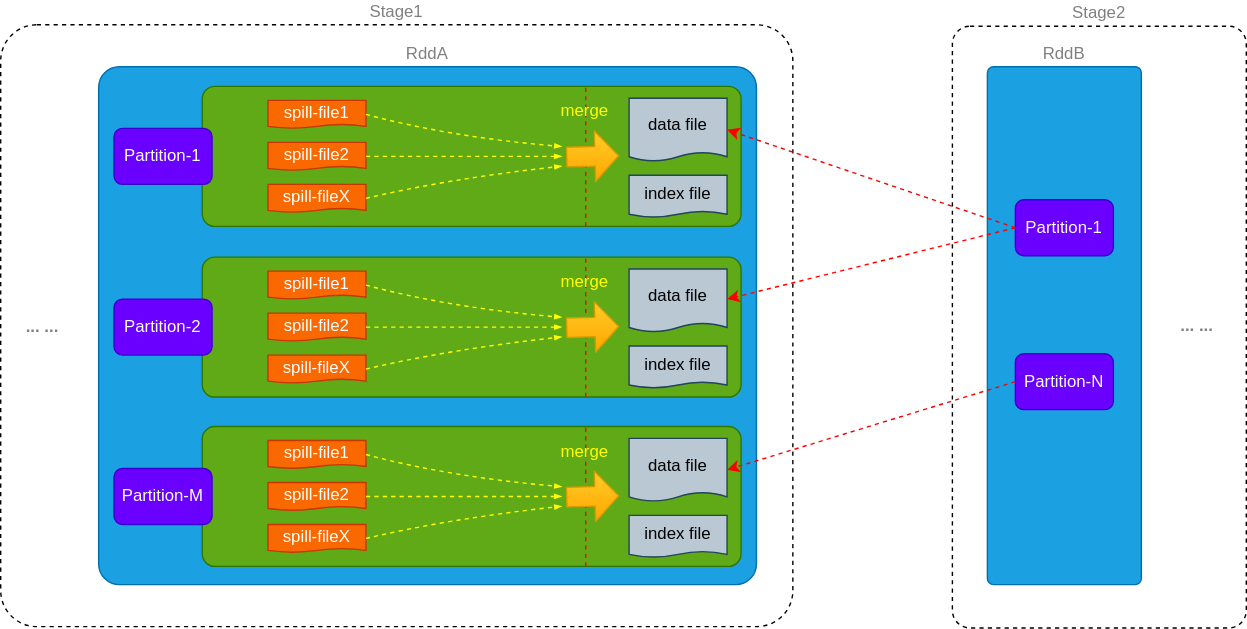
This is images/spark/BypassMergeSortShuffleWriter.svg from jtLiBrain/jtLiBrain.github.io, a draw.io export, as it was before one commit. Source tidied: cells renumbered, new cells last; positions are measured from the earlier drawing's top-left corner, leaving out a move shared by most shapes. The source it was exported from:
```xml
<mxGraphModel background="#ffffff">
  <root>
    <mxCell id="0" />
    <mxCell id="1" parent="0" />
    <mxCell id="2" value="Stage1" style="rounded=1;whiteSpace=wrap;html=1;dashed=1;arcSize=6;labelPosition=center;verticalLabelPosition=top;align=center;verticalAlign=bottom;fontColor=#808080;" parent="1" vertex="1">
      <mxGeometry width="566" height="430" as="geometry" />
    </mxCell>
    <mxCell id="3" value="&lt;font color=&quot;#808080&quot;&gt;RddA&lt;/font&gt;" style="rounded=1;whiteSpace=wrap;html=1;arcSize=4;fillColor=#1ba1e2;strokeColor=#006EAF;labelPosition=center;verticalLabelPosition=top;align=center;verticalAlign=bottom;fontColor=#ffffff;" parent="1" vertex="1">
      <mxGeometry x="70" y="30" width="470" height="370" as="geometry" />
    </mxCell>
    <mxCell id="4" style="rounded=1;whiteSpace=wrap;html=1;arcSize=9;strokeColor=#2D7600;fontColor=#ffffff;fillColor=#60a917;" parent="1" vertex="1">
      <mxGeometry x="144" y="44" width="385" height="100" as="geometry" />
    </mxCell>
    <mxCell id="5" value="spill-file1" style="shape=document;whiteSpace=wrap;html=1;boundedLbl=1;size=0.14285714285714285;fillColor=#fa6800;strokeColor=#C73500;fontColor=#ffffff;" parent="1" vertex="1">
      <mxGeometry x="191" y="54" width="70" height="20" as="geometry" />
    </mxCell>
    <mxCell id="6" value="spill-file2" style="shape=document;whiteSpace=wrap;html=1;boundedLbl=1;size=0.14285714285714285;fillColor=#fa6800;strokeColor=#C73500;fontColor=#ffffff;" parent="1" vertex="1">
      <mxGeometry x="191" y="84" width="70" height="20" as="geometry" />
    </mxCell>
    <mxCell id="7" value="spill-fileX" style="shape=document;whiteSpace=wrap;html=1;boundedLbl=1;size=0.14285714285714285;fillColor=#fa6800;strokeColor=#C73500;fontColor=#ffffff;" parent="1" vertex="1">
      <mxGeometry x="191" y="114" width="70" height="20" as="geometry" />
    </mxCell>
    <mxCell id="8" value="Partition-1" style="rounded=1;whiteSpace=wrap;html=1;fillColor=#6a00ff;strokeColor=#3700CC;fontColor=#ffffff;" parent="1" vertex="1">
      <mxGeometry x="81" y="74" width="70" height="40" as="geometry" />
    </mxCell>
    <mxCell id="9" value="data file" style="shape=document;whiteSpace=wrap;html=1;boundedLbl=1;size=0.14285714285714285;fillColor=#bac8d3;strokeColor=#23445d;" parent="1" vertex="1">
      <mxGeometry x="449" y="52.5" width="70" height="45" as="geometry" />
    </mxCell>
    <mxCell id="10" value="index file" style="shape=document;whiteSpace=wrap;html=1;boundedLbl=1;size=0.14285714285714285;fillColor=#bac8d3;strokeColor=#23445d;" parent="1" vertex="1">
      <mxGeometry x="449" y="107.5" width="70" height="30" as="geometry" />
    </mxCell>
    <mxCell id="11" style="endArrow=none;dashed=1;html=1;entryX=0.75;entryY=0;entryDx=0;entryDy=0;exitX=0.75;exitY=1;exitDx=0;exitDy=0;strokeColor=#FF0000;" parent="1" edge="1">
      <mxGeometry relative="1" as="geometry">
        <mxPoint x="418" y="144" as="sourcePoint" />
        <mxPoint x="418" y="44" as="targetPoint" />
      </mxGeometry>
    </mxCell>
    <mxCell id="12" style="curved=1;endArrow=blockThin;html=1;endFill=1;endSize=3;strokeColor=#FFFF00;dashed=1;exitX=1;exitY=0.5;exitDx=0;exitDy=0;" parent="1" edge="1" source="5">
      <mxGeometry relative="1" as="geometry">
        <mxPoint x="401" y="87" as="targetPoint" />
        <Array as="points">
          <mxPoint x="320" y="80" />
        </Array>
      </mxGeometry>
    </mxCell>
    <mxCell id="13" style="curved=1;endArrow=blockThin;html=1;endFill=1;endSize=3;exitX=1;exitY=0.5;exitDx=0;exitDy=0;strokeColor=#FFFF00;dashed=1;" parent="1" edge="1" source="7">
      <mxGeometry relative="1" as="geometry">
        <mxPoint x="401" y="101" as="targetPoint" />
        <Array as="points">
          <mxPoint x="320" y="110" />
        </Array>
      </mxGeometry>
    </mxCell>
    <mxCell id="14" style="shape=flexArrow;endArrow=classic;html=1;width=14;endSize=5.303333333333334;endWidth=21.074979844127924;entryX=0.769;entryY=0.43;entryDx=0;entryDy=0;entryPerimeter=0;fillColor=#ffcd28;strokeColor=#d79b00;gradientColor=#ffa500;" parent="1" edge="1">
      <mxGeometry relative="1" as="geometry">
        <mxPoint x="403.9" y="94.5" as="sourcePoint" />
        <mxPoint x="442" y="93.5" as="targetPoint" />
      </mxGeometry>
    </mxCell>
    <mxCell id="15" value="merge" style="text;html=1;strokeColor=none;fillColor=none;align=center;verticalAlign=middle;whiteSpace=wrap;rounded=0;fontColor=#FFFF00;" parent="1" vertex="1">
      <mxGeometry x="390" y="51.5" width="55" height="20" as="geometry" />
    </mxCell>
    <mxCell id="16" value="... ..." style="text;html=1;strokeColor=none;fillColor=none;align=center;verticalAlign=middle;whiteSpace=wrap;rounded=0;fontColor=#808080;fontStyle=1;" parent="1" vertex="1">
      <mxGeometry x="10" y="206" width="40" height="20" as="geometry" />
    </mxCell>
    <mxCell id="17" value="Stage2" style="rounded=1;whiteSpace=wrap;html=1;dashed=1;arcSize=6;labelPosition=center;verticalLabelPosition=top;align=center;verticalAlign=bottom;fontColor=#808080;" parent="1" vertex="1">
      <mxGeometry x="680" y="1" width="210" height="430" as="geometry" />
    </mxCell>
    <mxCell id="18" value="&lt;font color=&quot;#808080&quot;&gt;RddB&lt;/font&gt;" style="rounded=1;whiteSpace=wrap;html=1;arcSize=4;fillColor=#1ba1e2;strokeColor=#006EAF;labelPosition=center;verticalLabelPosition=top;align=center;verticalAlign=bottom;fontColor=#ffffff;" parent="1" vertex="1">
      <mxGeometry x="705" y="30" width="110" height="370" as="geometry" />
    </mxCell>
    <mxCell id="19" value="Partition-1" style="rounded=1;whiteSpace=wrap;html=1;fillColor=#6a00ff;strokeColor=#3700CC;fontColor=#ffffff;" parent="1" vertex="1">
      <mxGeometry x="725" y="125" width="70" height="40" as="geometry" />
    </mxCell>
    <mxCell id="20" value="Partition-N" style="rounded=1;whiteSpace=wrap;html=1;fillColor=#6a00ff;strokeColor=#3700CC;fontColor=#ffffff;" parent="1" vertex="1">
      <mxGeometry x="725" y="235" width="70" height="40" as="geometry" />
    </mxCell>
    <mxCell id="21" style="endArrow=classic;html=1;dashed=1;strokeColor=#FF0000;strokeWidth=1;fontColor=#808080;entryX=1;entryY=0.5;entryDx=0;entryDy=0;exitX=0;exitY=0.5;exitDx=0;exitDy=0;" parent="1" edge="1" source="19" target="9">
      <mxGeometry relative="1" as="geometry" />
    </mxCell>
    <mxCell id="22" value="... ..." style="text;html=1;strokeColor=none;fillColor=none;align=center;verticalAlign=middle;whiteSpace=wrap;rounded=0;fontColor=#808080;fontStyle=1;" parent="1" vertex="1">
      <mxGeometry x="835" y="205" width="40" height="20" as="geometry" />
    </mxCell>
    <mxCell id="23" style="endArrow=blockThin;html=1;exitX=1;exitY=0.5;exitDx=0;exitDy=0;endFill=1;endSize=3;strokeColor=#FFFF00;dashed=1;" parent="1" edge="1" source="6">
      <mxGeometry relative="1" as="geometry">
        <mxPoint x="401" y="94" as="targetPoint" />
      </mxGeometry>
    </mxCell>
    <mxCell id="24" style="rounded=1;whiteSpace=wrap;html=1;arcSize=9;strokeColor=#2D7600;fontColor=#ffffff;fillColor=#60a917;" parent="1" vertex="1">
      <mxGeometry x="144" y="166" width="385" height="100" as="geometry" />
    </mxCell>
    <mxCell id="25" value="spill-file1" style="shape=document;whiteSpace=wrap;html=1;boundedLbl=1;size=0.14285714285714285;fillColor=#fa6800;strokeColor=#C73500;fontColor=#ffffff;" parent="1" vertex="1">
      <mxGeometry x="191" y="176" width="70" height="20" as="geometry" />
    </mxCell>
    <mxCell id="26" value="spill-file2" style="shape=document;whiteSpace=wrap;html=1;boundedLbl=1;size=0.14285714285714285;fillColor=#fa6800;strokeColor=#C73500;fontColor=#ffffff;" parent="1" vertex="1">
      <mxGeometry x="191" y="206" width="70" height="20" as="geometry" />
    </mxCell>
    <mxCell id="27" value="spill-fileX" style="shape=document;whiteSpace=wrap;html=1;boundedLbl=1;size=0.14285714285714285;fillColor=#fa6800;strokeColor=#C73500;fontColor=#ffffff;" parent="1" vertex="1">
      <mxGeometry x="191" y="236" width="70" height="20" as="geometry" />
    </mxCell>
    <mxCell id="28" value="Partition-2" style="rounded=1;whiteSpace=wrap;html=1;fillColor=#6a00ff;strokeColor=#3700CC;fontColor=#ffffff;" parent="1" vertex="1">
      <mxGeometry x="81" y="196" width="70" height="40" as="geometry" />
    </mxCell>
    <mxCell id="29" value="data file" style="shape=document;whiteSpace=wrap;html=1;boundedLbl=1;size=0.14285714285714285;fillColor=#bac8d3;strokeColor=#23445d;" parent="1" vertex="1">
      <mxGeometry x="449" y="174.5" width="70" height="45" as="geometry" />
    </mxCell>
    <mxCell id="30" value="index file" style="shape=document;whiteSpace=wrap;html=1;boundedLbl=1;size=0.14285714285714285;fillColor=#bac8d3;strokeColor=#23445d;" parent="1" vertex="1">
      <mxGeometry x="449" y="229.5" width="70" height="30" as="geometry" />
    </mxCell>
    <mxCell id="31" style="endArrow=none;dashed=1;html=1;entryX=0.75;entryY=0;entryDx=0;entryDy=0;exitX=0.75;exitY=1;exitDx=0;exitDy=0;strokeColor=#FF0000;" parent="1" edge="1">
      <mxGeometry relative="1" as="geometry">
        <mxPoint x="418" y="266" as="sourcePoint" />
        <mxPoint x="418" y="166" as="targetPoint" />
      </mxGeometry>
    </mxCell>
    <mxCell id="32" style="curved=1;endArrow=blockThin;html=1;endFill=1;endSize=3;strokeColor=#FFFF00;dashed=1;exitX=1;exitY=0.5;exitDx=0;exitDy=0;" parent="1" edge="1" source="25">
      <mxGeometry relative="1" as="geometry">
        <mxPoint x="401" y="209" as="targetPoint" />
        <Array as="points">
          <mxPoint x="320" y="202" />
        </Array>
      </mxGeometry>
    </mxCell>
    <mxCell id="33" style="curved=1;endArrow=blockThin;html=1;endFill=1;endSize=3;exitX=1;exitY=0.5;exitDx=0;exitDy=0;strokeColor=#FFFF00;dashed=1;" parent="1" edge="1" source="27">
      <mxGeometry relative="1" as="geometry">
        <mxPoint x="401" y="223" as="targetPoint" />
        <Array as="points">
          <mxPoint x="320" y="232" />
        </Array>
      </mxGeometry>
    </mxCell>
    <mxCell id="34" style="shape=flexArrow;endArrow=classic;html=1;width=14;endSize=5.303333333333334;endWidth=21.074979844127924;entryX=0.769;entryY=0.43;entryDx=0;entryDy=0;entryPerimeter=0;fillColor=#ffcd28;strokeColor=#d79b00;gradientColor=#ffa500;" parent="1" edge="1">
      <mxGeometry relative="1" as="geometry">
        <mxPoint x="403.9" y="216.5" as="sourcePoint" />
        <mxPoint x="442" y="215.5" as="targetPoint" />
      </mxGeometry>
    </mxCell>
    <mxCell id="35" value="merge" style="text;html=1;strokeColor=none;fillColor=none;align=center;verticalAlign=middle;whiteSpace=wrap;rounded=0;fontColor=#FFFF00;" parent="1" vertex="1">
      <mxGeometry x="390" y="173.5" width="55" height="20" as="geometry" />
    </mxCell>
    <mxCell id="36" style="endArrow=blockThin;html=1;exitX=1;exitY=0.5;exitDx=0;exitDy=0;endFill=1;endSize=3;strokeColor=#FFFF00;dashed=1;" parent="1" edge="1" source="26">
      <mxGeometry relative="1" as="geometry">
        <mxPoint x="401" y="216" as="targetPoint" />
      </mxGeometry>
    </mxCell>
    <mxCell id="37" style="endArrow=classic;html=1;dashed=1;strokeColor=#FF0000;strokeWidth=1;fontColor=#808080;exitX=0;exitY=0.5;exitDx=0;exitDy=0;" parent="1" edge="1" source="19">
      <mxGeometry relative="1" as="geometry">
        <mxPoint x="519" y="196" as="targetPoint" />
      </mxGeometry>
    </mxCell>
    <mxCell id="38" style="rounded=1;whiteSpace=wrap;html=1;arcSize=9;strokeColor=#2D7600;fontColor=#ffffff;fillColor=#60a917;" parent="1" vertex="1">
      <mxGeometry x="144" y="287" width="385" height="100" as="geometry" />
    </mxCell>
    <mxCell id="39" value="spill-file1" style="shape=document;whiteSpace=wrap;html=1;boundedLbl=1;size=0.14285714285714285;fillColor=#fa6800;strokeColor=#C73500;fontColor=#ffffff;" parent="1" vertex="1">
      <mxGeometry x="191" y="297" width="70" height="20" as="geometry" />
    </mxCell>
    <mxCell id="40" value="spill-file2" style="shape=document;whiteSpace=wrap;html=1;boundedLbl=1;size=0.14285714285714285;fillColor=#fa6800;strokeColor=#C73500;fontColor=#ffffff;" parent="1" vertex="1">
      <mxGeometry x="191" y="327" width="70" height="20" as="geometry" />
    </mxCell>
    <mxCell id="41" value="spill-fileX" style="shape=document;whiteSpace=wrap;html=1;boundedLbl=1;size=0.14285714285714285;fillColor=#fa6800;strokeColor=#C73500;fontColor=#ffffff;" parent="1" vertex="1">
      <mxGeometry x="191" y="357" width="70" height="20" as="geometry" />
    </mxCell>
    <mxCell id="42" value="Partition-M" style="rounded=1;whiteSpace=wrap;html=1;fillColor=#6a00ff;strokeColor=#3700CC;fontColor=#ffffff;" parent="1" vertex="1">
      <mxGeometry x="81" y="317" width="70" height="40" as="geometry" />
    </mxCell>
    <mxCell id="43" value="data file" style="shape=document;whiteSpace=wrap;html=1;boundedLbl=1;size=0.14285714285714285;fillColor=#bac8d3;strokeColor=#23445d;" parent="1" vertex="1">
      <mxGeometry x="449" y="295.5" width="70" height="45" as="geometry" />
    </mxCell>
    <mxCell id="44" value="index file" style="shape=document;whiteSpace=wrap;html=1;boundedLbl=1;size=0.14285714285714285;fillColor=#bac8d3;strokeColor=#23445d;" parent="1" vertex="1">
      <mxGeometry x="449" y="350.5" width="70" height="30" as="geometry" />
    </mxCell>
    <mxCell id="45" style="endArrow=none;dashed=1;html=1;entryX=0.75;entryY=0;entryDx=0;entryDy=0;exitX=0.75;exitY=1;exitDx=0;exitDy=0;strokeColor=#FF0000;" parent="1" edge="1">
      <mxGeometry relative="1" as="geometry">
        <mxPoint x="418" y="387" as="sourcePoint" />
        <mxPoint x="418" y="287" as="targetPoint" />
      </mxGeometry>
    </mxCell>
    <mxCell id="46" style="curved=1;endArrow=blockThin;html=1;endFill=1;endSize=3;strokeColor=#FFFF00;dashed=1;exitX=1;exitY=0.5;exitDx=0;exitDy=0;" parent="1" edge="1" source="39">
      <mxGeometry relative="1" as="geometry">
        <mxPoint x="401" y="330" as="targetPoint" />
        <Array as="points">
          <mxPoint x="320" y="323" />
        </Array>
      </mxGeometry>
    </mxCell>
    <mxCell id="47" style="curved=1;endArrow=blockThin;html=1;endFill=1;endSize=3;exitX=1;exitY=0.5;exitDx=0;exitDy=0;strokeColor=#FFFF00;dashed=1;" parent="1" edge="1" source="41">
      <mxGeometry relative="1" as="geometry">
        <mxPoint x="401" y="344" as="targetPoint" />
        <Array as="points">
          <mxPoint x="320" y="353" />
        </Array>
      </mxGeometry>
    </mxCell>
    <mxCell id="48" style="shape=flexArrow;endArrow=classic;html=1;width=14;endSize=5.303333333333334;endWidth=21.074979844127924;entryX=0.769;entryY=0.43;entryDx=0;entryDy=0;entryPerimeter=0;fillColor=#ffcd28;strokeColor=#d79b00;gradientColor=#ffa500;" parent="1" edge="1">
      <mxGeometry relative="1" as="geometry">
        <mxPoint x="403.9" y="337.5" as="sourcePoint" />
        <mxPoint x="442" y="336.5" as="targetPoint" />
      </mxGeometry>
    </mxCell>
    <mxCell id="49" value="merge" style="text;html=1;strokeColor=none;fillColor=none;align=center;verticalAlign=middle;whiteSpace=wrap;rounded=0;fontColor=#FFFF00;" parent="1" vertex="1">
      <mxGeometry x="390" y="294.5" width="55" height="20" as="geometry" />
    </mxCell>
    <mxCell id="50" style="endArrow=blockThin;html=1;exitX=1;exitY=0.5;exitDx=0;exitDy=0;endFill=1;endSize=3;strokeColor=#FFFF00;dashed=1;" parent="1" edge="1" source="40">
      <mxGeometry relative="1" as="geometry">
        <mxPoint x="401" y="337" as="targetPoint" />
      </mxGeometry>
    </mxCell>
    <mxCell id="51" style="endArrow=classic;html=1;dashed=1;strokeColor=#FF0000;strokeWidth=1;fontColor=#808080;exitX=0;exitY=0.5;exitDx=0;exitDy=0;entryX=1;entryY=0.5;entryDx=0;entryDy=0;" parent="1" edge="1" source="20" target="43">
      <mxGeometry relative="1" as="geometry" />
    </mxCell>
  </root>
</mxGraphModel>
```
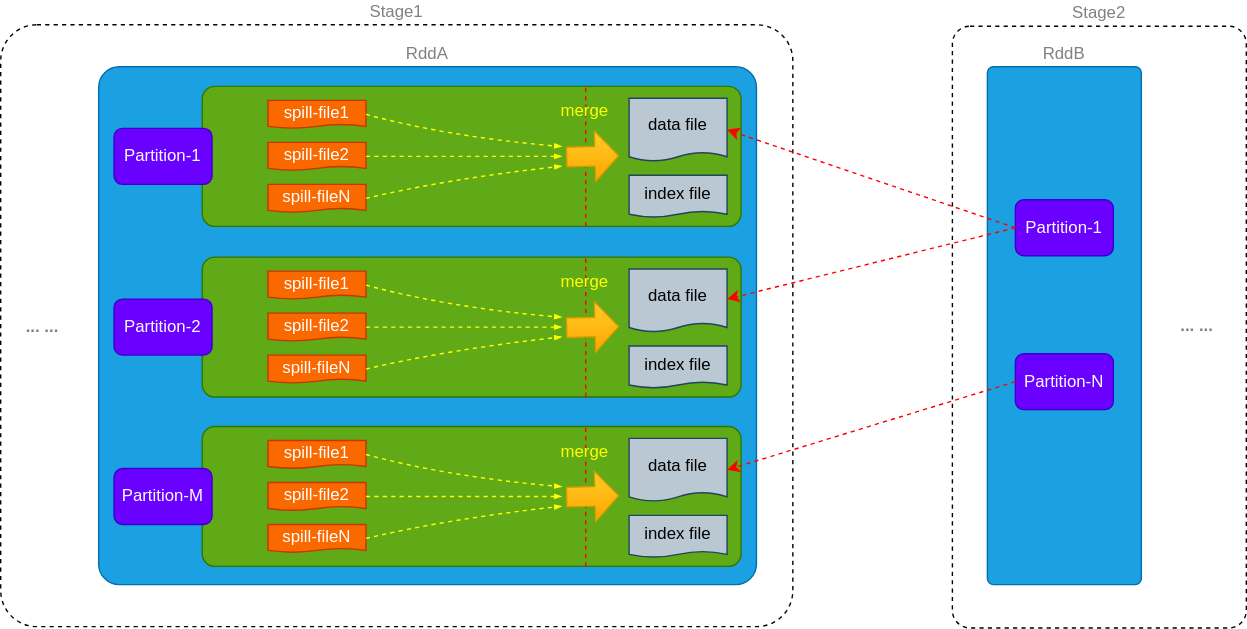
The same diagram one commit later.

Diff of the diagram source:
```diff
@@ -17,7 +17,7 @@
     <mxCell id="6" value="spill-file2" style="shape=document;whiteSpace=wrap;html=1;boundedLbl=1;size=0.14285714285714285;fillColor=#fa6800;strokeColor=#C73500;fontColor=#ffffff;" parent="1" vertex="1">
       <mxGeometry x="191" y="84" width="70" height="20" as="geometry" />
     </mxCell>
-    <mxCell id="7" value="spill-fileX" style="shape=document;whiteSpace=wrap;html=1;boundedLbl=1;size=0.14285714285714285;fillColor=#fa6800;strokeColor=#C73500;fontColor=#ffffff;" parent="1" vertex="1">
+    <mxCell id="7" value="spill-fileN" style="shape=document;whiteSpace=wrap;html=1;boundedLbl=1;size=0.14285714285714285;fillColor=#fa6800;strokeColor=#C73500;fontColor=#ffffff;" parent="1" vertex="1">
       <mxGeometry x="191" y="114" width="70" height="20" as="geometry" />
     </mxCell>
     <mxCell id="8" value="Partition-1" style="rounded=1;whiteSpace=wrap;html=1;fillColor=#6a00ff;strokeColor=#3700CC;fontColor=#ffffff;" parent="1" vertex="1">
@@ -95,7 +95,7 @@
     <mxCell id="26" value="spill-file2" style="shape=document;whiteSpace=wrap;html=1;boundedLbl=1;size=0.14285714285714285;fillColor=#fa6800;strokeColor=#C73500;fontColor=#ffffff;" parent="1" vertex="1">
       <mxGeometry x="191" y="206" width="70" height="20" as="geometry" />
     </mxCell>
-    <mxCell id="27" value="spill-fileX" style="shape=document;whiteSpace=wrap;html=1;boundedLbl=1;size=0.14285714285714285;fillColor=#fa6800;strokeColor=#C73500;fontColor=#ffffff;" parent="1" vertex="1">
+    <mxCell id="27" value="spill-fileN" style="shape=document;whiteSpace=wrap;html=1;boundedLbl=1;size=0.14285714285714285;fillColor=#fa6800;strokeColor=#C73500;fontColor=#ffffff;" parent="1" vertex="1">
       <mxGeometry x="191" y="236" width="70" height="20" as="geometry" />
     </mxCell>
     <mxCell id="28" value="Partition-2" style="rounded=1;whiteSpace=wrap;html=1;fillColor=#6a00ff;strokeColor=#3700CC;fontColor=#ffffff;" parent="1" vertex="1">
@@ -157,7 +157,7 @@
     <mxCell id="40" value="spill-file2" style="shape=document;whiteSpace=wrap;html=1;boundedLbl=1;size=0.14285714285714285;fillColor=#fa6800;strokeColor=#C73500;fontColor=#ffffff;" parent="1" vertex="1">
       <mxGeometry x="191" y="327" width="70" height="20" as="geometry" />
     </mxCell>
-    <mxCell id="41" value="spill-fileX" style="shape=document;whiteSpace=wrap;html=1;boundedLbl=1;size=0.14285714285714285;fillColor=#fa6800;strokeColor=#C73500;fontColor=#ffffff;" parent="1" vertex="1">
+    <mxCell id="41" value="spill-fileN" style="shape=document;whiteSpace=wrap;html=1;boundedLbl=1;size=0.14285714285714285;fillColor=#fa6800;strokeColor=#C73500;fontColor=#ffffff;" parent="1" vertex="1">
       <mxGeometry x="191" y="357" width="70" height="20" as="geometry" />
     </mxCell>
     <mxCell id="42" value="Partition-M" style="rounded=1;whiteSpace=wrap;html=1;fillColor=#6a00ff;strokeColor=#3700CC;fontColor=#ffffff;" parent="1" vertex="1">
```
